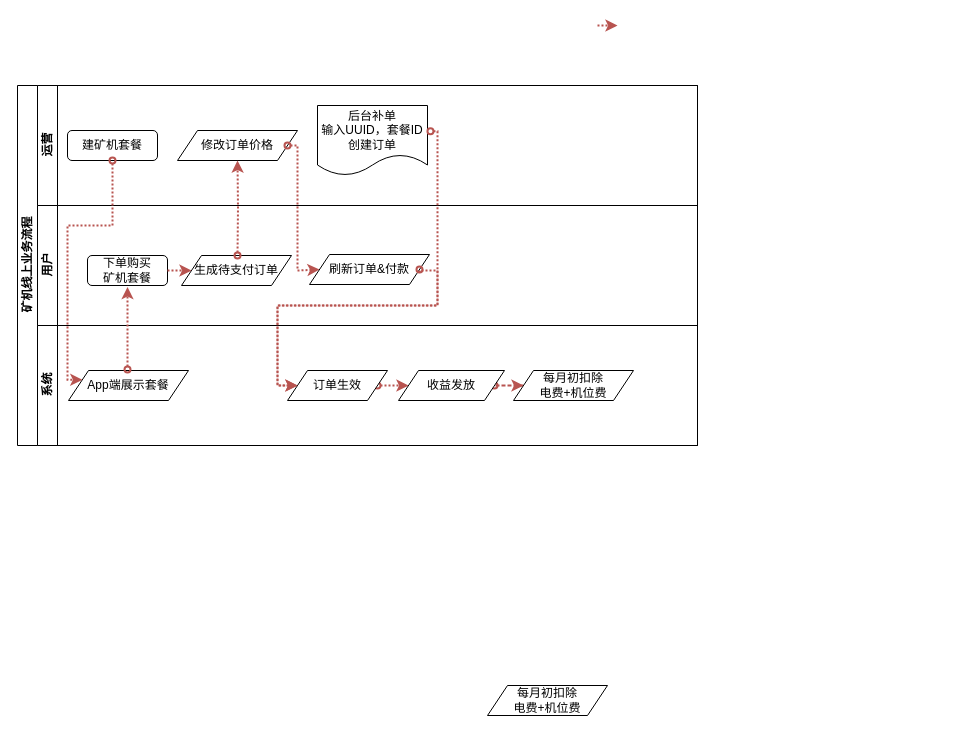
Above: _config.yml/未命名绘图.drawio in neobud/jekyll_demo (draw.io), before the change. Source tidied: cells renumbered, new cells numbered last; positions are measured from the earlier drawing's top-left corner, leaving out a move shared by most shapes. Both pictures are drawn from the tidied source at 100%, with x=0, y=0 at pixel (17, 25).
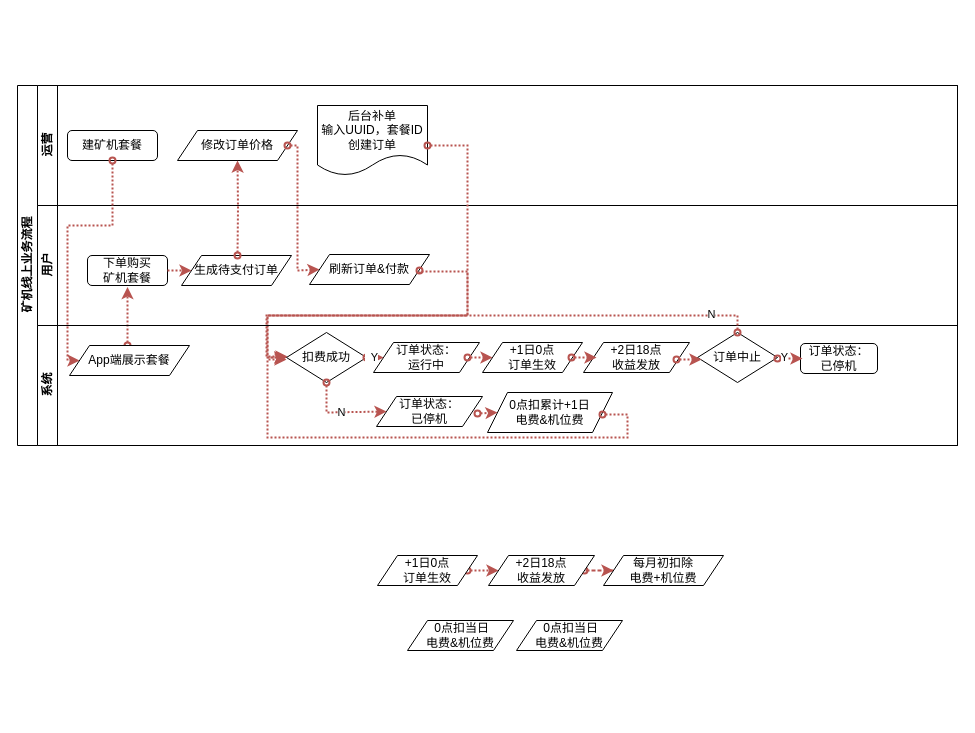
The same page after the edit.

Commit message:
矿机流程图.drawio

The change refers to these unchanged cells:
```xml
<mxCell id="4" value="建矿机套餐" style="rounded=1;whiteSpace=wrap;html=1;" parent="3" vertex="1">
  <mxGeometry x="30" y="45" width="90" height="30" as="geometry" />
</mxCell>
<mxCell id="5" value="修改订单价格" style="shape=parallelogram;perimeter=parallelogramPerimeter;whiteSpace=wrap;html=1;fixedSize=1;" parent="3" vertex="1">
  <mxGeometry x="140" y="45" width="120" height="30" as="geometry" />
</mxCell>
<mxCell id="6" value="后台补单&lt;br&gt;输入UUID，套餐ID 创建订单" style="shape=document;whiteSpace=wrap;html=1;boundedLbl=1;" parent="3" vertex="1">
  <mxGeometry x="280" y="20" width="110" height="70" as="geometry" />
</mxCell>
<mxCell id="11" value="刷新订单&amp;amp;付款" style="shape=parallelogram;perimeter=parallelogramPerimeter;whiteSpace=wrap;html=1;fixedSize=1;" parent="8" vertex="1">
  <mxGeometry x="272" y="49" width="120" height="30" as="geometry" />
</mxCell>
```

The edit, as a diff of the source:
```diff
@@
     <mxCell id="2" value="矿机线上业务流程" style="swimlane;html=1;horizontal=0;startSize=20;" parent="1" vertex="1">
-      <mxGeometry y="60" width="680" height="360" as="geometry" />
+      <mxGeometry y="60" width="940" height="360" as="geometry" />
     </mxCell>
     <mxCell id="3" value="运营" style="swimlane;html=1;startSize=20;horizontal=0;" parent="2" vertex="1">
-      <mxGeometry x="20" width="660" height="120" as="geometry" />
+      <mxGeometry x="20" width="920" height="120" as="geometry" />
     </mxCell>
@@
     <mxCell id="8" value="用户" style="swimlane;html=1;startSize=20;horizontal=0;" parent="2" vertex="1">
-      <mxGeometry x="20" y="120" width="660" height="120" as="geometry" />
+      <mxGeometry x="20" y="120" width="920" height="120" as="geometry" />
     </mxCell>
@@
+    <mxCell id="27" style="edgeStyle=orthogonalEdgeStyle;rounded=0;jettySize=auto;html=1;strokeWidth=2;fillColor=#f8cecc;strokeColor=#b85450;dashed=1;dashPattern=1 1;startArrow=oval;startFill=0;entryX=0;entryY=0.5;entryDx=0;entryDy=0;" parent="2" edge="1" target="28">
+      <mxGeometry relative="1" as="geometry">
+        <mxPoint x="410" y="60" as="sourcePoint" />
+        <Array as="points">
+          <mxPoint x="450" y="60" />
+          <mxPoint x="450" y="230" />
+          <mxPoint x="250" y="230" />
+          <mxPoint x="250" y="272" />
+        </Array>
+      </mxGeometry>
+    </mxCell>
+    <mxCell id="25" style="edgeStyle=orthogonalEdgeStyle;rounded=0;orthogonalLoop=1;jettySize=auto;html=1;strokeWidth=2;fillColor=#f8cecc;strokeColor=#b85450;dashed=1;dashPattern=1 1;startArrow=oval;startFill=0;exitX=1;exitY=0.5;exitDx=0;exitDy=0;" parent="2" edge="1">
+      <mxGeometry relative="1" as="geometry">
+        <mxPoint x="402" y="185" as="sourcePoint" />
+        <mxPoint x="270" y="271" as="targetPoint" />
+        <Array as="points">
+          <mxPoint x="402" y="186" />
+          <mxPoint x="450" y="186" />
+          <mxPoint x="450" y="230" />
+          <mxPoint x="250" y="230" />
+          <mxPoint x="250" y="271" />
+        </Array>
+      </mxGeometry>
+    </mxCell>
+    <mxCell id="20" style="edgeStyle=orthogonalEdgeStyle;rounded=0;jettySize=auto;html=1;entryX=0;entryY=0.5;entryDx=0;entryDy=0;fillColor=#f8cecc;strokeColor=#b85450;strokeWidth=2;startArrow=oval;startFill=0;dashed=1;dashPattern=1 1;" parent="2" edge="1" source="4" target="19">
+      <mxGeometry relative="1" as="geometry">
+        <Array as="points">
+          <mxPoint x="95" y="140" />
+          <mxPoint x="50" y="140" />
+          <mxPoint x="50" y="275" />
+        </Array>
+      </mxGeometry>
+    </mxCell>
+    <mxCell id="21" style="edgeStyle=orthogonalEdgeStyle;rounded=0;orthogonalLoop=1;jettySize=auto;html=1;strokeWidth=2;fillColor=#f8cecc;strokeColor=#b85450;dashed=1;dashPattern=1 1;startArrow=oval;startFill=0;entryX=0.613;entryY=1.05;entryDx=0;entryDy=0;entryPerimeter=0;" parent="2" edge="1">
+      <mxGeometry relative="1" as="geometry">
+        <mxPoint x="110" y="260" as="sourcePoint" />
+        <mxPoint x="110" y="201.5" as="targetPoint" />
+      </mxGeometry>
+    </mxCell>
     <mxCell id="13" value="系统" style="swimlane;html=1;startSize=20;horizontal=0;" parent="2" vertex="1">
-      <mxGeometry x="20" y="240" width="660" height="120" as="geometry" />
+      <mxGeometry x="20" y="240" width="920" height="120" as="geometry" />
     </mxCell>
+    <mxCell id="19" value="App端展示套餐" style="shape=parallelogram;perimeter=parallelogramPerimeter;whiteSpace=wrap;html=1;fixedSize=1;" parent="13" vertex="1">
+      <mxGeometry x="32" y="20" width="120" height="30" as="geometry" />
+    </mxCell>
+    <mxCell id="28" value="扣费成功" style="rhombus;whiteSpace=wrap;html=1;" parent="13" vertex="1">
+      <mxGeometry x="249" y="7" width="80" height="50" as="geometry" />
+    </mxCell>
+    <mxCell id="29" value="订单状态：&lt;br&gt;运行中" style="shape=parallelogram;perimeter=parallelogramPerimeter;whiteSpace=wrap;html=1;fixedSize=1;" parent="13" vertex="1">
+      <mxGeometry x="336" y="17" width="106" height="30" as="geometry" />
+    </mxCell>
+    <mxCell id="30" value="订单状态：&lt;br&gt;已停机" style="shape=parallelogram;perimeter=parallelogramPerimeter;whiteSpace=wrap;html=1;fixedSize=1;" parent="13" vertex="1">
+      <mxGeometry x="339" y="71" width="106" height="30" as="geometry" />
+    </mxCell>
+    <mxCell id="31" value="0点扣累计+1日&lt;br style=&quot;--tw-border-spacing-x: 0; --tw-border-spacing-y: 0; --tw-translate-x: 0; --tw-translate-y: 0; --tw-rotate: 0; --tw-skew-x: 0; --tw-skew-y: 0; --tw-scale-x: 1; --tw-scale-y: 1; --tw-pan-x: ; --tw-pan-y: ; --tw-pinch-zoom: ; --tw-scroll-snap-strictness: proximity; --tw-gradient-from-position: ; --tw-gradient-via-position: ; --tw-gradient-to-position: ; --tw-ordinal: ; --tw-slashed-zero: ; --tw-numeric-figure: ; --tw-numeric-spacing: ; --tw-numeric-fraction: ; --tw-ring-inset: ; --tw-ring-offset-width: 0px; --tw-ring-offset-color: #fff; --tw-ring-color: rgb(59 130 246 / .5); --tw-ring-offset-shadow: 0 0 #0000; --tw-ring-shadow: 0 0 #0000; --tw-shadow: 0 0 #0000; --tw-shadow-colored: 0 0 #0000; --tw-blur: ; --tw-brightness: ; --tw-contrast: ; --tw-grayscale: ; --tw-hue-rotate: ; --tw-invert: ; --tw-saturate: ; --tw-sepia: ; --tw-drop-shadow: ; --tw-backdrop-blur: ; --tw-backdrop-brightness: ; --tw-backdrop-contrast: ; --tw-backdrop-grayscale: ; --tw-backdrop-hue-rotate: ; --tw-backdrop-invert: ; --tw-backdrop-opacity: ; --tw-backdrop-saturate: ; --tw-backdrop-sepia: ; border-color: var(--border-color);&quot;&gt;电费&amp;amp;机位费" style="shape=parallelogram;perimeter=parallelogramPerimeter;whiteSpace=wrap;html=1;fixedSize=1;" parent="13" vertex="1">
+      <mxGeometry x="450" y="67" width="125" height="40" as="geometry" />
+    </mxCell>
+    <mxCell id="32" value="+1日0点&lt;br&gt;订单生效" style="shape=parallelogram;perimeter=parallelogramPerimeter;whiteSpace=wrap;html=1;fixedSize=1;" parent="13" vertex="1">
+      <mxGeometry x="445" y="17" width="100" height="30" as="geometry" />
+    </mxCell>
+    <mxCell id="33" value="+2日18点&lt;br&gt;收益发放" style="shape=parallelogram;perimeter=parallelogramPerimeter;whiteSpace=wrap;html=1;fixedSize=1;" parent="13" vertex="1">
+      <mxGeometry x="546" y="17" width="106" height="30" as="geometry" />
+    </mxCell>
+    <mxCell id="34" value="订单中止" style="rhombus;whiteSpace=wrap;html=1;" parent="13" vertex="1">
+      <mxGeometry x="660" y="7" width="80" height="50" as="geometry" />
+    </mxCell>
+    <mxCell id="35" style="edgeStyle=orthogonalEdgeStyle;rounded=0;jettySize=auto;html=1;strokeWidth=2;fillColor=#f8cecc;strokeColor=#b85450;dashed=1;dashPattern=1 1;startArrow=oval;startFill=0;exitX=1;exitY=0.5;exitDx=0;exitDy=0;entryX=0;entryY=0.5;entryDx=0;entryDy=0;" parent="13" edge="1" source="28" target="29">
+      <mxGeometry relative="1" as="geometry" />
+    </mxCell>
+    <mxCell id="36" value="&amp;nbsp; Y" style="edgeLabel;html=1;align=center;verticalAlign=middle;" parent="35" vertex="1">
+      <mxGeometry x="-0.53" y="1" relative="1" as="geometry" />
+    </mxCell>
+    <mxCell id="37" value="订单状态：&lt;br style=&quot;--tw-border-spacing-x: 0; --tw-border-spacing-y: 0; --tw-translate-x: 0; --tw-translate-y: 0; --tw-rotate: 0; --tw-skew-x: 0; --tw-skew-y: 0; --tw-scale-x: 1; --tw-scale-y: 1; --tw-pan-x: ; --tw-pan-y: ; --tw-pinch-zoom: ; --tw-scroll-snap-strictness: proximity; --tw-gradient-from-position: ; --tw-gradient-via-position: ; --tw-gradient-to-position: ; --tw-ordinal: ; --tw-slashed-zero: ; --tw-numeric-figure: ; --tw-numeric-spacing: ; --tw-numeric-fraction: ; --tw-ring-inset: ; --tw-ring-offset-width: 0px; --tw-ring-offset-color: #fff; --tw-ring-color: rgb(59 130 246 / .5); --tw-ring-offset-shadow: 0 0 #0000; --tw-ring-shadow: 0 0 #0000; --tw-shadow: 0 0 #0000; --tw-shadow-colored: 0 0 #0000; --tw-blur: ; --tw-brightness: ; --tw-contrast: ; --tw-grayscale: ; --tw-hue-rotate: ; --tw-invert: ; --tw-saturate: ; --tw-sepia: ; --tw-drop-shadow: ; --tw-backdrop-blur: ; --tw-backdrop-brightness: ; --tw-backdrop-contrast: ; --tw-backdrop-grayscale: ; --tw-backdrop-hue-rotate: ; --tw-backdrop-invert: ; --tw-backdrop-opacity: ; --tw-backdrop-saturate: ; --tw-backdrop-sepia: ; border-color: var(--border-color);&quot;&gt;已停机" style="rounded=1;whiteSpace=wrap;html=1;" parent="13" vertex="1">
+      <mxGeometry x="763" y="18" width="77" height="30" as="geometry" />
+    </mxCell>
+    <mxCell id="38" value="N" style="edgeStyle=orthogonalEdgeStyle;rounded=0;jettySize=auto;html=1;strokeWidth=2;fillColor=#f8cecc;strokeColor=#b85450;dashed=1;dashPattern=1 1;startArrow=oval;startFill=0;exitX=0.5;exitY=1;exitDx=0;exitDy=0;entryX=0;entryY=0.5;entryDx=0;entryDy=0;" parent="13" edge="1" source="28" target="30">
+      <mxGeometry relative="1" as="geometry">
+        <Array as="points">
+          <mxPoint x="289" y="87" />
+        </Array>
+      </mxGeometry>
+    </mxCell>
+    <mxCell id="39" style="edgeStyle=orthogonalEdgeStyle;rounded=0;orthogonalLoop=1;jettySize=auto;html=1;strokeWidth=2;fillColor=#f8cecc;strokeColor=#b85450;dashed=1;dashPattern=1 1;startArrow=oval;startFill=0;exitX=1;exitY=0.5;exitDx=0;exitDy=0;entryX=0;entryY=0.5;entryDx=0;entryDy=0;" parent="13" edge="1">
+      <mxGeometry relative="1" as="geometry">
+        <mxPoint x="565" y="89" as="sourcePoint" />
+        <mxPoint x="249" y="34" as="targetPoint" />
+        <Array as="points">
+          <mxPoint x="590" y="89" />
+          <mxPoint x="590" y="112" />
+          <mxPoint x="230" y="112" />
+          <mxPoint x="230" y="34" />
+        </Array>
+      </mxGeometry>
+    </mxCell>
+    <mxCell id="40" style="edgeStyle=orthogonalEdgeStyle;rounded=0;jettySize=auto;html=1;strokeWidth=2;fillColor=#f8cecc;strokeColor=#b85450;dashed=1;dashPattern=1 1;startArrow=oval;startFill=0;exitX=0.5;exitY=0;exitDx=0;exitDy=0;entryX=0;entryY=0.5;entryDx=0;entryDy=0;" parent="13" edge="1" source="34" target="28">
+      <mxGeometry relative="1" as="geometry">
+        <Array as="points">
+          <mxPoint x="700" y="-10" />
+          <mxPoint x="229" y="-10" />
+          <mxPoint x="229" y="32" />
+        </Array>
+      </mxGeometry>
+    </mxCell>
+    <mxCell id="41" value="N" style="edgeLabel;html=1;align=center;verticalAlign=middle;" parent="40" vertex="1">
+      <mxGeometry x="-0.84" y="-2" relative="1" as="geometry" />
+    </mxCell>
+    <mxCell id="24" style="edgeStyle=orthogonalEdgeStyle;rounded=0;jettySize=auto;html=1;strokeWidth=2;fillColor=#f8cecc;strokeColor=#b85450;dashed=1;dashPattern=1 1;entryX=0.5;entryY=1;entryDx=0;entryDy=0;startArrow=oval;startFill=0;" parent="1" edge="1" target="5">
+      <mxGeometry relative="1" as="geometry">
+        <mxPoint x="220" y="230" as="sourcePoint" />
+      </mxGeometry>
+    </mxCell>
+    <mxCell id="42" value="&amp;nbsp;0点扣当日&lt;br&gt;电费&amp;amp;机位费" style="shape=parallelogram;perimeter=parallelogramPerimeter;whiteSpace=wrap;html=1;fixedSize=1;" parent="1" vertex="1">
+      <mxGeometry x="390" y="595" width="106" height="30" as="geometry" />
+    </mxCell>
+    <mxCell id="43" value="&amp;nbsp;0点扣当日&lt;br style=&quot;--tw-border-spacing-x: 0; --tw-border-spacing-y: 0; --tw-translate-x: 0; --tw-translate-y: 0; --tw-rotate: 0; --tw-skew-x: 0; --tw-skew-y: 0; --tw-scale-x: 1; --tw-scale-y: 1; --tw-pan-x: ; --tw-pan-y: ; --tw-pinch-zoom: ; --tw-scroll-snap-strictness: proximity; --tw-gradient-from-position: ; --tw-gradient-via-position: ; --tw-gradient-to-position: ; --tw-ordinal: ; --tw-slashed-zero: ; --tw-numeric-figure: ; --tw-numeric-spacing: ; --tw-numeric-fraction: ; --tw-ring-inset: ; --tw-ring-offset-width: 0px; --tw-ring-offset-color: #fff; --tw-ring-color: rgb(59 130 246 / .5); --tw-ring-offset-shadow: 0 0 #0000; --tw-ring-shadow: 0 0 #0000; --tw-shadow: 0 0 #0000; --tw-shadow-colored: 0 0 #0000; --tw-blur: ; --tw-brightness: ; --tw-contrast: ; --tw-grayscale: ; --tw-hue-rotate: ; --tw-invert: ; --tw-saturate: ; --tw-sepia: ; --tw-drop-shadow: ; --tw-backdrop-blur: ; --tw-backdrop-brightness: ; --tw-backdrop-contrast: ; --tw-backdrop-grayscale: ; --tw-backdrop-hue-rotate: ; --tw-backdrop-invert: ; --tw-backdrop-opacity: ; --tw-backdrop-saturate: ; --tw-backdrop-sepia: ; border-color: var(--border-color);&quot;&gt;电费&amp;amp;机位费" style="shape=parallelogram;perimeter=parallelogramPerimeter;whiteSpace=wrap;html=1;fixedSize=1;" parent="1" vertex="1">
+      <mxGeometry x="499" y="595" width="106" height="30" as="geometry" />
+    </mxCell>
-    <mxCell id="14" style="edgeStyle=orthogonalEdgeStyle;rounded=0;jettySize=auto;html=1;dashed=1;dashPattern=1 1;strokeWidth=2;fillColor=#f8cecc;strokeColor=#b85450;startArrow=oval;startFill=0;" parent="13" edge="1" source="15" target="17">
+    <mxCell id="14" style="edgeStyle=orthogonalEdgeStyle;rounded=0;jettySize=auto;html=1;dashed=1;dashPattern=1 1;strokeWidth=2;fillColor=#f8cecc;strokeColor=#b85450;startArrow=oval;startFill=0;" parent="1" edge="1" source="15" target="17">
       <mxGeometry relative="1" as="geometry">
         <Array as="points">
-          <mxPoint x="350" y="60" />
-          <mxPoint x="350" y="60" />
+          <mxPoint x="460" y="545" />
+          <mxPoint x="460" y="545" />
         </Array>
       </mxGeometry>
     </mxCell>
-    <mxCell id="15" value="订单生效" style="shape=parallelogram;perimeter=parallelogramPerimeter;whiteSpace=wrap;html=1;fixedSize=1;" parent="13" vertex="1">
-      <mxGeometry x="250" y="45" width="100" height="30" as="geometry" />
+    <mxCell id="15" value="+1日0点&lt;br&gt;订单生效" style="shape=parallelogram;perimeter=parallelogramPerimeter;whiteSpace=wrap;html=1;fixedSize=1;" parent="1" vertex="1">
+      <mxGeometry x="360" y="530" width="100" height="30" as="geometry" />
     </mxCell>
-    <mxCell id="16" style="edgeStyle=orthogonalEdgeStyle;rounded=0;jettySize=auto;html=1;dashed=1;dashPattern=1 2;strokeWidth=2;fillColor=#f8cecc;strokeColor=#b85450;startArrow=oval;startFill=0;" parent="13" edge="1" source="17" target="18">
+    <mxCell id="16" style="edgeStyle=orthogonalEdgeStyle;rounded=0;jettySize=auto;html=1;dashed=1;dashPattern=1 2;strokeWidth=2;fillColor=#f8cecc;strokeColor=#b85450;startArrow=oval;startFill=0;" parent="1" edge="1" source="17" target="18">
       <mxGeometry relative="1" as="geometry" />
     </mxCell>
-    <mxCell id="17" value="收益发放" style="shape=parallelogram;perimeter=parallelogramPerimeter;whiteSpace=wrap;html=1;fixedSize=1;" parent="13" vertex="1">
-      <mxGeometry x="361" y="45" width="106" height="30" as="geometry" />
+    <mxCell id="17" value="+2日18点&lt;br&gt;收益发放" style="shape=parallelogram;perimeter=parallelogramPerimeter;whiteSpace=wrap;html=1;fixedSize=1;" parent="1" vertex="1">
+      <mxGeometry x="471" y="530" width="106" height="30" as="geometry" />
     </mxCell>
-    <mxCell id="18" value="每月初扣除&lt;br&gt;电费+机位费" style="shape=parallelogram;perimeter=parallelogramPerimeter;whiteSpace=wrap;html=1;fixedSize=1;" parent="13" vertex="1">
-      <mxGeometry x="476" y="45" width="120" height="30" as="geometry" />
+    <mxCell id="18" value="每月初扣除&lt;br&gt;电费+机位费" style="shape=parallelogram;perimeter=parallelogramPerimeter;whiteSpace=wrap;html=1;fixedSize=1;" parent="1" vertex="1">
+      <mxGeometry x="586" y="530" width="120" height="30" as="geometry" />
     </mxCell>
-    <mxCell id="19" value="App端展示套餐" style="shape=parallelogram;perimeter=parallelogramPerimeter;whiteSpace=wrap;html=1;fixedSize=1;" parent="13" vertex="1">
-      <mxGeometry x="31" y="45" width="120" height="30" as="geometry" />
-    </mxCell>
-    <mxCell id="20" style="edgeStyle=orthogonalEdgeStyle;rounded=0;jettySize=auto;html=1;entryX=0;entryY=0.25;entryDx=0;entryDy=0;fillColor=#f8cecc;strokeColor=#b85450;strokeWidth=2;startArrow=oval;startFill=0;dashed=1;dashPattern=1 1;" parent="2" edge="1" source="4" target="19">
-      <mxGeometry relative="1" as="geometry">
-        <Array as="points">
-          <mxPoint x="95" y="140" />
-          <mxPoint x="50" y="140" />
-          <mxPoint x="50" y="294" />
-        </Array>
-      </mxGeometry>
-    </mxCell>
-    <mxCell id="21" style="edgeStyle=orthogonalEdgeStyle;rounded=0;orthogonalLoop=1;jettySize=auto;html=1;strokeWidth=2;fillColor=#f8cecc;strokeColor=#b85450;dashed=1;dashPattern=1 1;startArrow=oval;startFill=0;entryX=0.613;entryY=1.05;entryDx=0;entryDy=0;entryPerimeter=0;" parent="2" edge="1">
-      <mxGeometry relative="1" as="geometry">
-        <mxPoint x="110" y="284" as="sourcePoint" />
-        <mxPoint x="110" y="201.5" as="targetPoint" />
-      </mxGeometry>
-    </mxCell>
-    <mxCell id="22" style="edgeStyle=orthogonalEdgeStyle;rounded=0;jettySize=auto;html=1;strokeWidth=2;fillColor=#f8cecc;strokeColor=#b85450;dashed=1;dashPattern=1 1;exitX=1.027;exitY=0.367;exitDx=0;exitDy=0;exitPerimeter=0;startArrow=oval;startFill=0;" parent="2" edge="1" source="6" target="15">
-      <mxGeometry relative="1" as="geometry">
-        <Array as="points">
-          <mxPoint x="420" y="46" />
-          <mxPoint x="420" y="220" />
-          <mxPoint x="260" y="220" />
-          <mxPoint x="260" y="300" />
-        </Array>
-      </mxGeometry>
-    </mxCell>
-    <mxCell id="23" value="每月初扣除&lt;br&gt;电费+机位费" style="shape=parallelogram;perimeter=parallelogramPerimeter;whiteSpace=wrap;html=1;fixedSize=1;" parent="1" vertex="1">
-      <mxGeometry x="470" y="660" width="120" height="30" as="geometry" />
-    </mxCell>
-    <mxCell id="24" style="edgeStyle=orthogonalEdgeStyle;rounded=0;jettySize=auto;html=1;strokeWidth=2;fillColor=#f8cecc;strokeColor=#b85450;dashed=1;dashPattern=1 1;entryX=0.5;entryY=1;entryDx=0;entryDy=0;startArrow=oval;startFill=0;" parent="1" edge="1" target="5">
-      <mxGeometry relative="1" as="geometry">
-        <mxPoint x="220" y="230" as="sourcePoint" />
-      </mxGeometry>
-    </mxCell>
-    <mxCell id="25" style="edgeStyle=orthogonalEdgeStyle;rounded=0;jettySize=auto;html=1;strokeWidth=2;fillColor=#f8cecc;strokeColor=#b85450;dashed=1;dashPattern=1 1;startArrow=oval;startFill=0;exitX=1;exitY=0.5;exitDx=0;exitDy=0;" parent="1" edge="1" source="11">
-      <mxGeometry relative="1" as="geometry">
-        <mxPoint x="280" y="360" as="targetPoint" />
-        <Array as="points">
-          <mxPoint x="420" y="245" />
-          <mxPoint x="420" y="280" />
-          <mxPoint x="260" y="280" />
-          <mxPoint x="260" y="360" />
-        </Array>
-      </mxGeometry>
-    </mxCell>
-    <mxCell id="26" style="edgeStyle=orthogonalEdgeStyle;rounded=0;orthogonalLoop=1;jettySize=auto;html=1;strokeWidth=2;fillColor=#f8cecc;strokeColor=#b85450;dashed=1;dashPattern=1 1;" parent="1" edge="1">
-      <mxGeometry relative="1" as="geometry">
-        <mxPoint x="580" as="sourcePoint" />
-        <mxPoint x="600" as="targetPoint" />
-        <Array as="points">
-          <mxPoint x="580" />
-        </Array>
-      </mxGeometry>
-    </mxCell>
+    <mxCell id="44" style="edgeStyle=orthogonalEdgeStyle;rounded=0;jettySize=auto;html=1;strokeWidth=2;fillColor=#f8cecc;strokeColor=#b85450;dashed=1;dashPattern=1 1;startArrow=oval;startFill=0;entryX=0;entryY=0.5;entryDx=0;entryDy=0;" parent="1" edge="1" target="32">
+      <mxGeometry relative="1" as="geometry">
+        <mxPoint x="450" y="332" as="sourcePoint" />
+      </mxGeometry>
+    </mxCell>
+    <mxCell id="45" style="edgeStyle=orthogonalEdgeStyle;rounded=0;orthogonalLoop=1;jettySize=auto;html=1;strokeWidth=2;fillColor=#f8cecc;strokeColor=#b85450;dashed=1;dashPattern=1 1;startArrow=oval;startFill=0;entryX=0;entryY=0.5;entryDx=0;entryDy=0;" parent="1" edge="1">
+      <mxGeometry relative="1" as="geometry">
+        <mxPoint x="554" y="332" as="sourcePoint" />
+        <mxPoint x="579" y="332" as="targetPoint" />
+      </mxGeometry>
+    </mxCell>
+    <mxCell id="46" style="edgeStyle=orthogonalEdgeStyle;rounded=0;orthogonalLoop=1;jettySize=auto;html=1;strokeWidth=2;fillColor=#f8cecc;strokeColor=#b85450;dashed=1;dashPattern=1 1;startArrow=oval;startFill=0;entryX=0;entryY=0.5;entryDx=0;entryDy=0;" parent="1" edge="1">
+      <mxGeometry relative="1" as="geometry">
+        <mxPoint x="659" y="334" as="sourcePoint" />
+        <mxPoint x="684" y="334" as="targetPoint" />
+      </mxGeometry>
+    </mxCell>
+    <mxCell id="47" style="edgeStyle=orthogonalEdgeStyle;rounded=0;orthogonalLoop=1;jettySize=auto;html=1;strokeWidth=2;fillColor=#f8cecc;strokeColor=#b85450;dashed=1;dashPattern=1 1;startArrow=oval;startFill=0;entryX=0;entryY=0.5;entryDx=0;entryDy=0;" parent="1" edge="1">
+      <mxGeometry relative="1" as="geometry">
+        <mxPoint x="760" y="333" as="sourcePoint" />
+        <mxPoint x="785" y="333" as="targetPoint" />
+      </mxGeometry>
+    </mxCell>
+    <mxCell id="48" value="Y" style="edgeLabel;html=1;align=center;verticalAlign=middle;" parent="47" vertex="1">
+      <mxGeometry x="-0.52" y="2" relative="1" as="geometry" />
+    </mxCell>
+    <mxCell id="49" style="edgeStyle=orthogonalEdgeStyle;rounded=0;jettySize=auto;html=1;strokeWidth=2;fillColor=#f8cecc;strokeColor=#b85450;dashed=1;dashPattern=1 1;startArrow=oval;startFill=0;entryX=0;entryY=0.5;entryDx=0;entryDy=0;" parent="1" edge="1" target="31">
+      <mxGeometry relative="1" as="geometry">
+        <mxPoint x="460" y="388" as="sourcePoint" />
+        <Array as="points">
+          <mxPoint x="480" y="388" />
+        </Array>
+      </mxGeometry>
+    </mxCell>
```
